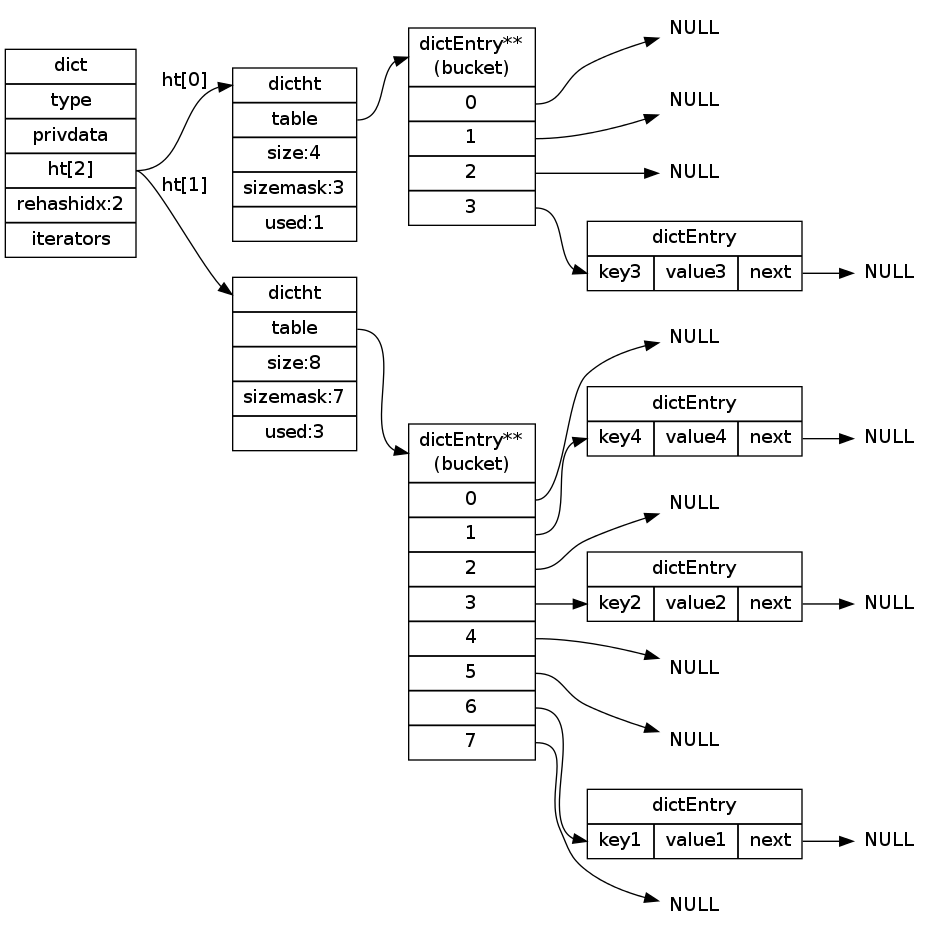
The Graphviz diagram internal-datastruct/image/rehash_step_two.png in huangzworks/redisbook, before a commit. Its source is kept beside it as internal-datastruct/image/rehash_step_two.dot. The source it was exported from:
```dot
digraph rehash_step_two {


    rankdir = LR;

    node[shape=record];


    dict [label="dict | type | privdata |<ht> ht[2] | rehashidx:2 | iterators"];

    ht0 [label="<dictht>dictht |<table> table | size:4 | sizemask:3 | used:1"];

    ht1 [label="<dictht>dictht |<table> table | size:8 | sizemask:7 | used:3"];

    bucket [label="<head>dictEntry**\n(bucket) |<table0> 0 |<table1> 1 |<table2> 2 |<table3> 3 "];

    bucket1 [label="<head>dictEntry**\n(bucket) |<table0> 0 |<table1> 1 |<table2> 2 |<table3> 3 |<table4> 4 |<table5> 5 |<table6> 6 |<table7> 7"];

    pair_1 [label="dictEntry |{<start>key1 | value1 |<next>next}"];

    pair_2 [label="dictEntry |{<start>key2 | value2 |<next>next}"];

    pair_3 [label="dictEntry |{<start>key3 | value3 |<next>next}"];

    pair_4 [label="dictEntry |{<start>key4 | value4 |<next>next}"];

    null0 [label="NULL", shape=plaintext];
    null1 [label="NULL", shape=plaintext];
    null2 [label="NULL", shape=plaintext];
    null3 [label="NULL", shape=plaintext];

    null10 [label="NULL", shape=plaintext];
    null11 [label="NULL", shape=plaintext];
    null12 [label="NULL", shape=plaintext];
    null13 [label="NULL", shape=plaintext];
    null14 [label="NULL", shape=plaintext];
    null15 [label="NULL", shape=plaintext];
    null16 [label="NULL", shape=plaintext];
    null17 [label="NULL", shape=plaintext];


    dict:ht -> ht0:dictht [label="ht[0]"];
    dict:ht -> ht1:dictht [label="ht[1]"];

    ht0:table -> bucket:head;

    ht1:table -> bucket1:head;

    bucket:table0 -> null0;

    bucket:table1 -> null1;

    bucket:table2 -> null2;

    bucket:table3 -> pair_3:start; pair_3:next -> null3;

    bucket1:table0 -> null10;
    bucket1:table1 -> pair_4:start; pair_4:next -> null11;
    bucket1:table2 -> null12;
    bucket1:table3 -> pair_2:start; pair_2:next -> null13;
    bucket1:table4 -> null14;
    bucket1:table5 -> null15;
    bucket1:table6 -> pair_1:start; pair_1:next -> null16;
    bucket1:table7 -> null17;

}
```
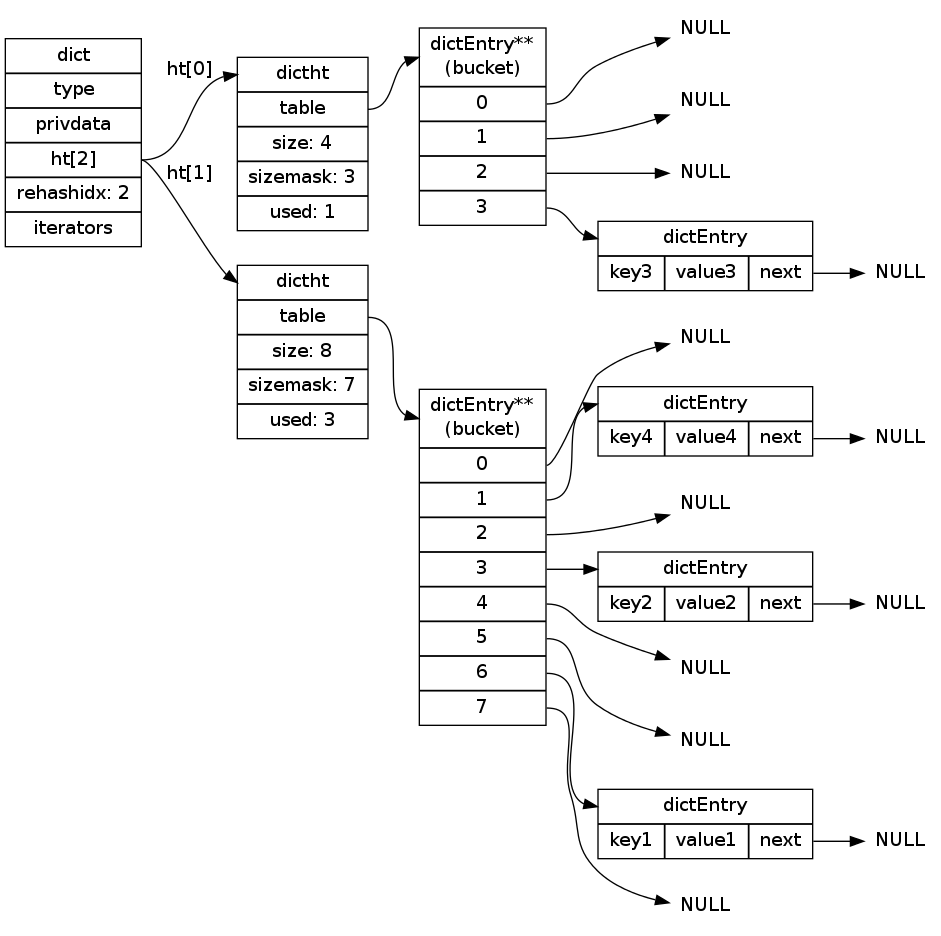
The same file after the commit.

Change to the diagram source:
```diff
@@ -6,23 +6,23 @@
     node[shape=record];
 
 
-    dict [label="dict | type | privdata |<ht> ht[2] | rehashidx:2 | iterators"];
+    dict [label="dict | type | privdata |<ht> ht[2] | rehashidx: 2 | iterators"];
 
-    ht0 [label="<dictht>dictht |<table> table | size:4 | sizemask:3 | used:1"];
+    ht0 [label="<dictht>dictht |<table> table | size: 4 | sizemask: 3 | used: 1"];
 
-    ht1 [label="<dictht>dictht |<table> table | size:8 | sizemask:7 | used:3"];
+    ht1 [label="<dictht>dictht |<table> table | size: 8 | sizemask: 7 | used: 3"];
 
     bucket [label="<head>dictEntry**\n(bucket) |<table0> 0 |<table1> 1 |<table2> 2 |<table3> 3 "];
 
     bucket1 [label="<head>dictEntry**\n(bucket) |<table0> 0 |<table1> 1 |<table2> 2 |<table3> 3 |<table4> 4 |<table5> 5 |<table6> 6 |<table7> 7"];
 
-    pair_1 [label="dictEntry |{<start>key1 | value1 |<next>next}"];
+    pair_1 [label="<head>dictEntry |{key1 | value1 |<next>next}"];
 
-    pair_2 [label="dictEntry |{<start>key2 | value2 |<next>next}"];
+    pair_2 [label="<head>dictEntry |{key2 | value2 |<next>next}"];
 
-    pair_3 [label="dictEntry |{<start>key3 | value3 |<next>next}"];
+    pair_3 [label="<head>dictEntry |{key3 | value3 |<next>next}"];
 
-    pair_4 [label="dictEntry |{<start>key4 | value4 |<next>next}"];
+    pair_4 [label="<head>dictEntry |{key4 | value4 |<next>next}"];
 
     null0 [label="NULL", shape=plaintext];
     null1 [label="NULL", shape=plaintext];
@@ -52,15 +52,15 @@
 
     bucket:table2 -> null2;
 
-    bucket:table3 -> pair_3:start; pair_3:next -> null3;
+    bucket:table3 -> pair_3:head; pair_3:next -> null3;
 
     bucket1:table0 -> null10;
-    bucket1:table1 -> pair_4:start; pair_4:next -> null11;
+    bucket1:table1 -> pair_4:head; pair_4:next -> null11;
     bucket1:table2 -> null12;
-    bucket1:table3 -> pair_2:start; pair_2:next -> null13;
+    bucket1:table3 -> pair_2:head; pair_2:next -> null13;
     bucket1:table4 -> null14;
     bucket1:table5 -> null15;
-    bucket1:table6 -> pair_1:start; pair_1:next -> null16;
+    bucket1:table6 -> pair_1:head; pair_1:next -> null16;
     bucket1:table7 -> null17;
 
 }
```
